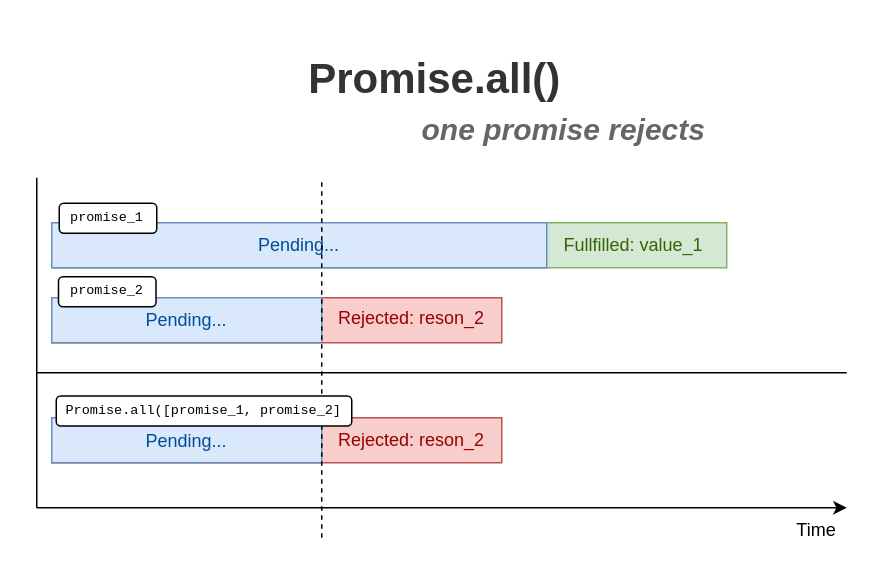
Before: page "One promise rejects" (2 of 2) of content/posts/139-promise-all/diagrams/diagram.drawio in panzerdp/dmitripavlutin.com, a draw.io diagram. Source tidied: cells renumbered, new cells numbered last; positions are measured from the earlier drawing's top-left corner, leaving out a move shared by most shapes. Both pictures are drawn from the tidied source at 150%, with x=0, y=0 at pixel (36, 26).
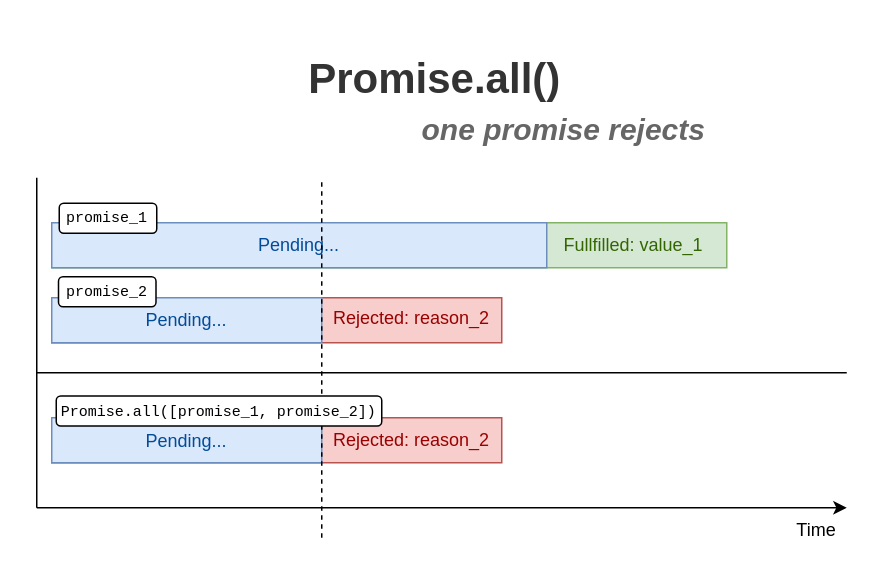
The same diagram, later.

Diff of the diagram source:
```diff
@@
-    <mxCell id="13" value="Rejected: reson_2" style="text;html=1;strokeColor=none;fillColor=none;align=center;verticalAlign=middle;whiteSpace=wrap;rounded=0;fontColor=#990000;" parent="1" vertex="1">
+    <mxCell id="13" value="Rejected: reason_2" style="text;html=1;strokeColor=none;fillColor=none;align=center;verticalAlign=middle;whiteSpace=wrap;rounded=0;fontColor=#990000;" parent="1" vertex="1">
       <mxGeometry x="185" y="185" width="130" height="20" as="geometry" />
     </mxCell>
@@
-    <mxCell id="20" value="promise_1" style="text;html=1;strokeColor=none;fillColor=none;align=center;verticalAlign=middle;whiteSpace=wrap;rounded=0;fontSize=9;fontFamily=Courier New;" parent="1" vertex="1">
+    <mxCell id="20" value="promise_1" style="text;html=1;strokeColor=none;fillColor=none;align=center;verticalAlign=middle;whiteSpace=wrap;rounded=0;fontSize=10;fontFamily=Courier New;" parent="1" vertex="1">
       <mxGeometry x="21" y="118" width="52" height="20" as="geometry" />
     </mxCell>
     <mxCell id="21" style="rounded=1;whiteSpace=wrap;html=1;labelBackgroundColor=#ffffff;fontFamily=Courier New;fontSize=23;fontColor=#666666;align=left;" parent="1" vertex="1">
-      <mxGeometry x="13" y="246.5" width="197" height="20" as="geometry" />
+      <mxGeometry x="13" y="246.5" width="217" height="20" as="geometry" />
     </mxCell>
-    <mxCell id="22" value="Promise.all([promise_1, promise_2]" style="text;html=1;strokeColor=none;fillColor=none;align=center;verticalAlign=middle;whiteSpace=wrap;rounded=0;fontSize=9;fontFamily=Courier New;" parent="1" vertex="1">
-      <mxGeometry x="17" y="246.5" width="189" height="20" as="geometry" />
+    <mxCell id="22" value="Promise.all([promise_1, promise_2])" style="text;html=1;strokeColor=none;fillColor=none;align=center;verticalAlign=middle;whiteSpace=wrap;rounded=0;fontSize=10;fontFamily=Courier New;" parent="1" vertex="1">
+      <mxGeometry x="12" y="246.5" width="219" height="20" as="geometry" />
     </mxCell>
@@
-    <mxCell id="24" value="promise_2" style="text;html=1;strokeColor=none;fillColor=none;align=center;verticalAlign=middle;whiteSpace=wrap;rounded=0;fontSize=9;fontFamily=Courier New;" parent="1" vertex="1">
+    <mxCell id="24" value="promise_2" style="text;html=1;strokeColor=none;fillColor=none;align=center;verticalAlign=middle;whiteSpace=wrap;rounded=0;fontSize=10;fontFamily=Courier New;" parent="1" vertex="1">
       <mxGeometry x="20.5" y="167" width="52" height="20" as="geometry" />
     </mxCell>
@@
-    <mxCell id="26" value="Rejected: reson_2" style="text;html=1;strokeColor=none;fillColor=none;align=center;verticalAlign=middle;whiteSpace=wrap;rounded=0;fontColor=#990000;" parent="1" vertex="1">
+    <mxCell id="26" value="Rejected: reason_2" style="text;html=1;strokeColor=none;fillColor=none;align=center;verticalAlign=middle;whiteSpace=wrap;rounded=0;fontColor=#990000;" parent="1" vertex="1">
       <mxGeometry x="185" y="266" width="130" height="20" as="geometry" />
     </mxCell>
```
